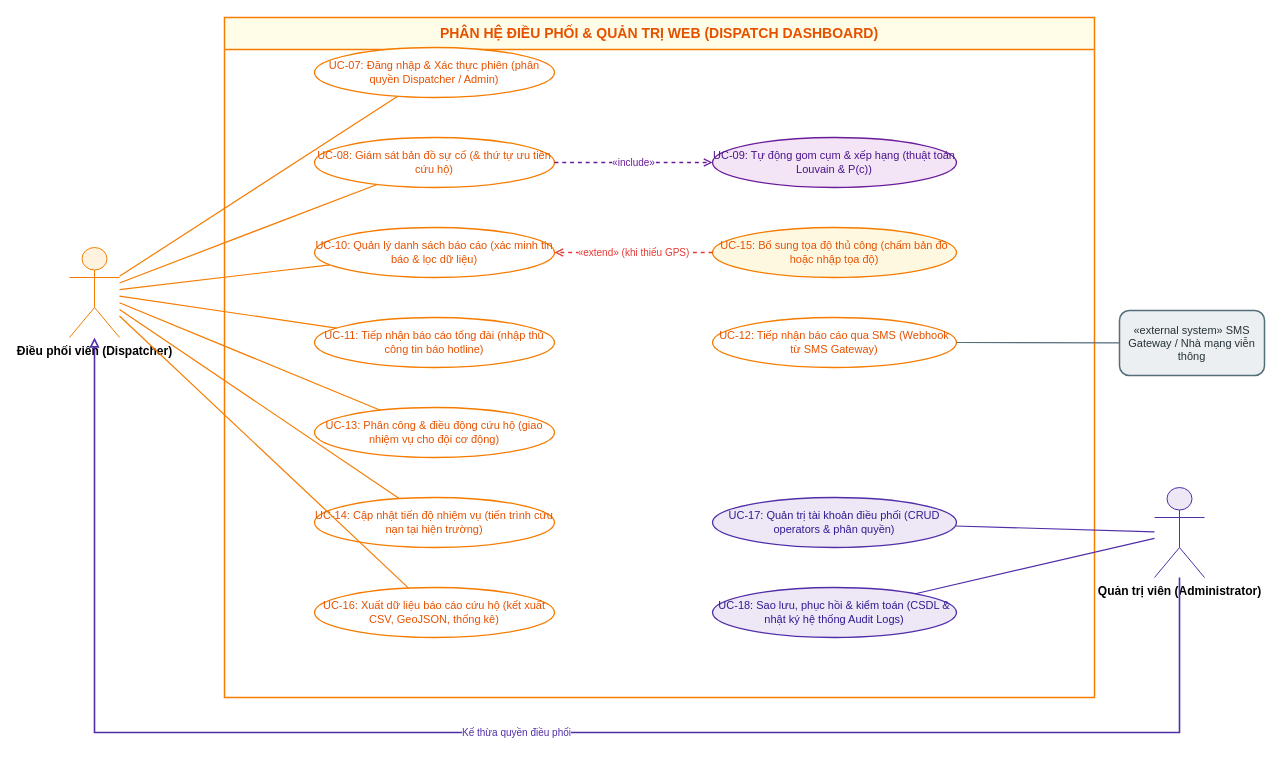
ngthtrong/nckh2 keeps this draw.io diagram as report/assets/diagrams/usecase_dashboard.drawio. Above is the earlier version. Source tidied: cells renumbered, new cells numbered last; positions are measured from the earlier drawing's top-left corner, leaving out a move shared by most shapes. Both pictures are drawn from the tidied source at 100%, with x=0, y=0 at pixel (69, 17).
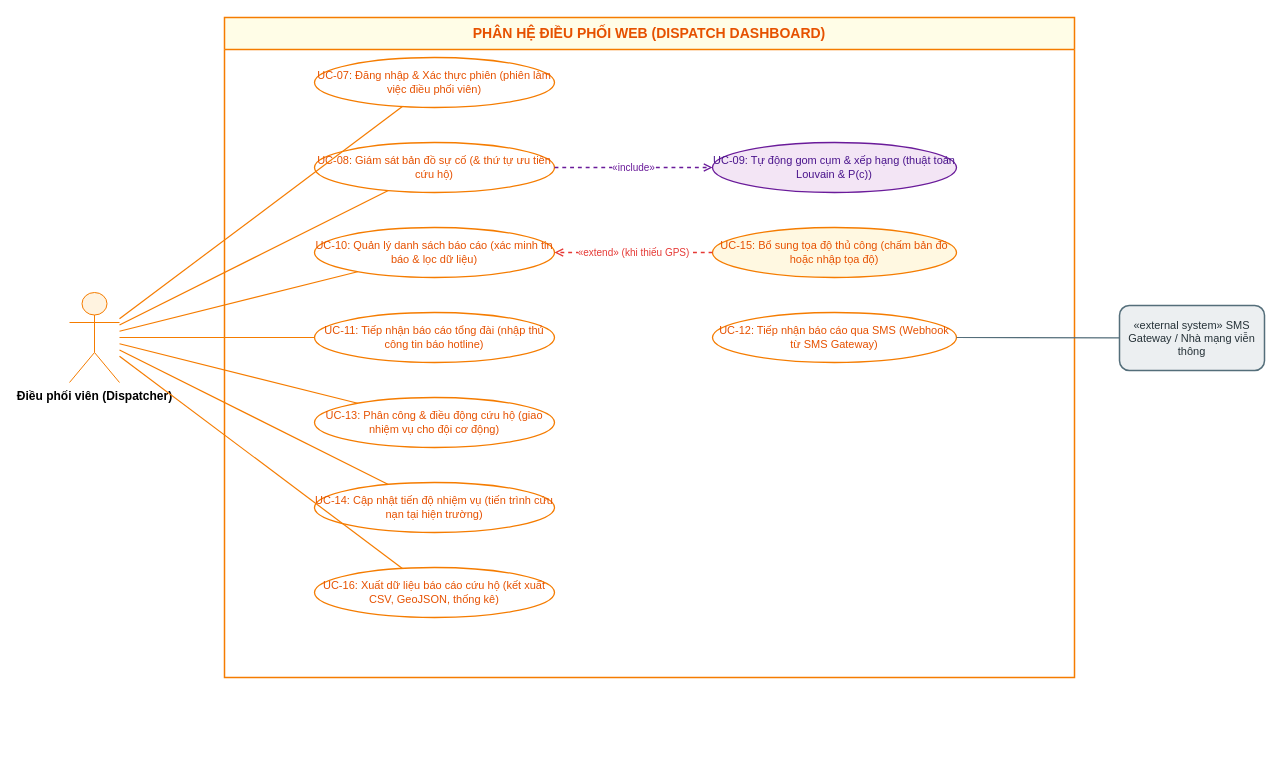
After the change.

Change to the diagram source:
```diff
@@
-    <mxCell id="2" value="PHÂN HỆ ĐIỀU PHỐI &amp; QUẢN TRỊ WEB (DISPATCH DASHBOARD)" style="shape=swimlane;whiteSpace=wrap;html=1;startSize=32;horizontal=1;fillColor=#FFFDE7;strokeColor=#F57C00;strokeWidth=1.5;fontStyle=1;fontSize=14;fontFamily=Helvetica;fontColor=#E65100;" parent="1" vertex="1">
-      <mxGeometry x="155" width="870" height="680" as="geometry" />
+    <mxCell id="2" value="PHÂN HỆ ĐIỀU PHỐI WEB (DISPATCH DASHBOARD)" style="shape=swimlane;whiteSpace=wrap;html=1;startSize=32;horizontal=1;fillColor=#FFFDE7;strokeColor=#F57C00;strokeWidth=1.5;fontStyle=1;fontSize=14;fontFamily=Helvetica;fontColor=#E65100;" parent="1" vertex="1">
+      <mxGeometry x="155" width="850" height="660" as="geometry" />
     </mxCell>
-    <mxCell id="3" value="UC-07: Đăng nhập &amp; Xác thực phiên&amp;#xa;(phân quyền Dispatcher / Admin)" style="ellipse;whiteSpace=wrap;html=1;fillColor=#FFFFFF;strokeColor=#F57C00;strokeWidth=1.3;fontFamily=Helvetica;fontSize=11;fontColor=#E65100;" parent="2" vertex="1">
-      <mxGeometry x="90" y="30" width="240" height="50" as="geometry" />
+    <mxCell id="3" value="UC-07: Đăng nhập &amp; Xác thực phiên&amp;#xa;(phiên làm việc điều phối viên)" style="ellipse;whiteSpace=wrap;html=1;fillColor=#FFFFFF;strokeColor=#F57C00;strokeWidth=1.3;fontFamily=Helvetica;fontSize=11;fontColor=#E65100;" parent="2" vertex="1">
+      <mxGeometry x="90" y="40" width="240" height="50" as="geometry" />
     </mxCell>
     <mxCell id="4" value="UC-08: Giám sát bản đồ sự cố&amp;#xa;(&amp; thứ tự ưu tiên cứu hộ)" style="ellipse;whiteSpace=wrap;html=1;fillColor=#FFFFFF;strokeColor=#F57C00;strokeWidth=1.3;fontFamily=Helvetica;fontSize=11;fontColor=#E65100;" parent="2" vertex="1">
-      <mxGeometry x="90" y="120" width="240" height="50" as="geometry" />
+      <mxGeometry x="90" y="125" width="240" height="50" as="geometry" />
     </mxCell>
@@
     <mxCell id="6" value="UC-11: Tiếp nhận báo cáo tổng đài&amp;#xa;(nhập thủ công tin báo hotline)" style="ellipse;whiteSpace=wrap;html=1;fillColor=#FFFFFF;strokeColor=#F57C00;strokeWidth=1.3;fontFamily=Helvetica;fontSize=11;fontColor=#E65100;" parent="2" vertex="1">
-      <mxGeometry x="90" y="300" width="240" height="50" as="geometry" />
+      <mxGeometry x="90" y="295" width="240" height="50" as="geometry" />
     </mxCell>
     <mxCell id="7" value="UC-13: Phân công &amp; điều động cứu hộ&amp;#xa;(giao nhiệm vụ cho đội cơ động)" style="ellipse;whiteSpace=wrap;html=1;fillColor=#FFFFFF;strokeColor=#F57C00;strokeWidth=1.3;fontFamily=Helvetica;fontSize=11;fontColor=#E65100;" parent="2" vertex="1">
-      <mxGeometry x="90" y="390" width="240" height="50" as="geometry" />
+      <mxGeometry x="90" y="380" width="240" height="50" as="geometry" />
     </mxCell>
     <mxCell id="8" value="UC-14: Cập nhật tiến độ nhiệm vụ&amp;#xa;(tiến trình cứu nạn tại hiện trường)" style="ellipse;whiteSpace=wrap;html=1;fillColor=#FFFFFF;strokeColor=#F57C00;strokeWidth=1.3;fontFamily=Helvetica;fontSize=11;fontColor=#E65100;" parent="2" vertex="1">
-      <mxGeometry x="90" y="480" width="240" height="50" as="geometry" />
+      <mxGeometry x="90" y="465" width="240" height="50" as="geometry" />
     </mxCell>
     <mxCell id="9" value="UC-16: Xuất dữ liệu báo cáo cứu hộ&amp;#xa;(kết xuất CSV, GeoJSON, thống kê)" style="ellipse;whiteSpace=wrap;html=1;fillColor=#FFFFFF;strokeColor=#F57C00;strokeWidth=1.3;fontFamily=Helvetica;fontSize=11;fontColor=#E65100;" parent="2" vertex="1">
-      <mxGeometry x="90" y="570" width="240" height="50" as="geometry" />
+      <mxGeometry x="90" y="550" width="240" height="50" as="geometry" />
     </mxCell>
     <mxCell id="10" value="UC-09: Tự động gom cụm &amp; xếp hạng&amp;#xa;(thuật toán Louvain &amp; P(c))" style="ellipse;whiteSpace=wrap;html=1;fillColor=#F3E5F5;strokeColor=#6A1B9A;strokeWidth=1.3;fontFamily=Helvetica;fontSize=11;fontColor=#4A148C;" parent="2" vertex="1">
-      <mxGeometry x="488" y="120" width="244" height="50" as="geometry" />
+      <mxGeometry x="488" y="125" width="244" height="50" as="geometry" />
     </mxCell>
@@
     <mxCell id="12" value="UC-12: Tiếp nhận báo cáo qua SMS&amp;#xa;(Webhook từ SMS Gateway)" style="ellipse;whiteSpace=wrap;html=1;fillColor=#FFFFFF;strokeColor=#F57C00;strokeWidth=1.3;fontFamily=Helvetica;fontSize=11;fontColor=#E65100;" parent="2" vertex="1">
-      <mxGeometry x="488" y="300" width="244" height="50" as="geometry" />
+      <mxGeometry x="488" y="295" width="244" height="50" as="geometry" />
     </mxCell>
-    <mxCell id="13" value="UC-17: Quản trị tài khoản điều phối&amp;#xa;(CRUD operators &amp; phân quyền)" style="ellipse;whiteSpace=wrap;html=1;fillColor=#EDE7F6;strokeColor=#512DA8;strokeWidth=1.3;fontFamily=Helvetica;fontSize=11;fontColor=#311B92;" parent="2" vertex="1">
-      <mxGeometry x="488" y="480" width="244" height="50" as="geometry" />
-    </mxCell>
-    <mxCell id="14" value="UC-18: Sao lưu, phục hồi &amp; kiểm toán&amp;#xa;(CSDL &amp; nhật ký hệ thống Audit Logs)" style="ellipse;whiteSpace=wrap;html=1;fillColor=#EDE7F6;strokeColor=#512DA8;strokeWidth=1.3;fontFamily=Helvetica;fontSize=11;fontColor=#311B92;" parent="2" vertex="1">
-      <mxGeometry x="488" y="570" width="244" height="50" as="geometry" />
-    </mxCell>
     <mxCell id="15" value="Điều phối viên&amp;#xa;(Dispatcher)" style="shape=umlActor;verticalLabelPosition=bottom;verticalAlign=top;html=1;outlineConnect=0;fontFamily=Helvetica;fontSize=12;fontStyle=1;fillColor=#FFF3E0;strokeColor=#F57C00;" parent="1" vertex="1">
-      <mxGeometry y="230" width="50" height="90" as="geometry" />
+      <mxGeometry y="275" width="50" height="90" as="geometry" />
     </mxCell>
-    <mxCell id="16" value="Quản trị viên&amp;#xa;(Administrator)" style="shape=umlActor;verticalLabelPosition=bottom;verticalAlign=top;html=1;outlineConnect=0;fontFamily=Helvetica;fontSize=12;fontStyle=1;fillColor=#EDE7F6;strokeColor=#512DA8;" parent="1" vertex="1">
-      <mxGeometry x="1085" y="470" width="50" height="90" as="geometry" />
-    </mxCell>
     <mxCell id="17" value="«external system»&amp;#xa;SMS Gateway /&amp;#xa;Nhà mạng viễn thông" style="rounded=1;whiteSpace=wrap;html=1;fillColor=#ECEFF1;strokeColor=#546E7A;strokeWidth=1.5;fontFamily=Helvetica;fontSize=11;fontColor=#263238;align=center;" parent="1" vertex="1">
-      <mxGeometry x="1050" y="293" width="145" height="65" as="geometry" />
+      <mxGeometry x="1050" y="288" width="145" height="65" as="geometry" />
     </mxCell>
@@
-    <mxCell id="25" style="endArrow=none;html=1;strokeColor=#512DA8;strokeWidth=1.2;" parent="1" edge="1" source="16" target="13">
-      <mxGeometry relative="1" as="geometry" />
-    </mxCell>
-    <mxCell id="26" style="endArrow=none;html=1;strokeColor=#512DA8;strokeWidth=1.2;" parent="1" edge="1" source="16" target="14">
-      <mxGeometry relative="1" as="geometry" />
-    </mxCell>
@@
-    <mxCell id="28" value="Kế thừa quyền điều phối" style="endArrow=block;endFill=0;html=1;strokeColor=#512DA8;strokeWidth=1.6;edgeStyle=orthogonalEdgeStyle;rounded=0;fontSize=10;fontColor=#512DA8;" parent="1" edge="1" source="16" target="15">
-      <mxGeometry relative="1" as="geometry">
-        <Array as="points">
-          <mxPoint x="1110" y="715" />
-          <mxPoint x="25" y="715" />
-        </Array>
-      </mxGeometry>
-    </mxCell>
```
